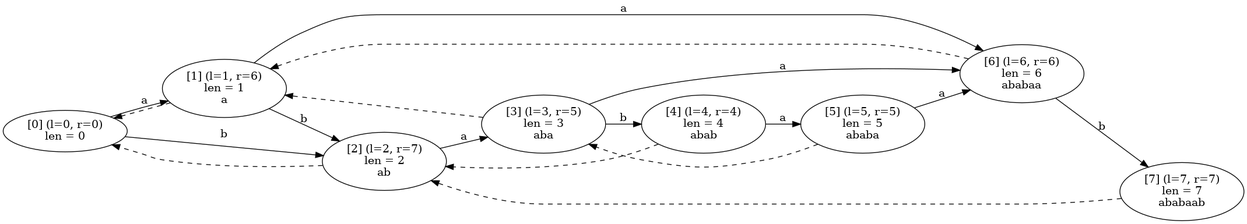
Earlier version of the Graphviz export sem_3/algorithms/2_contest/graph.png (Magorx/mipt). Its source is kept beside it as sem_3/algorithms/2_contest/graph.gv.
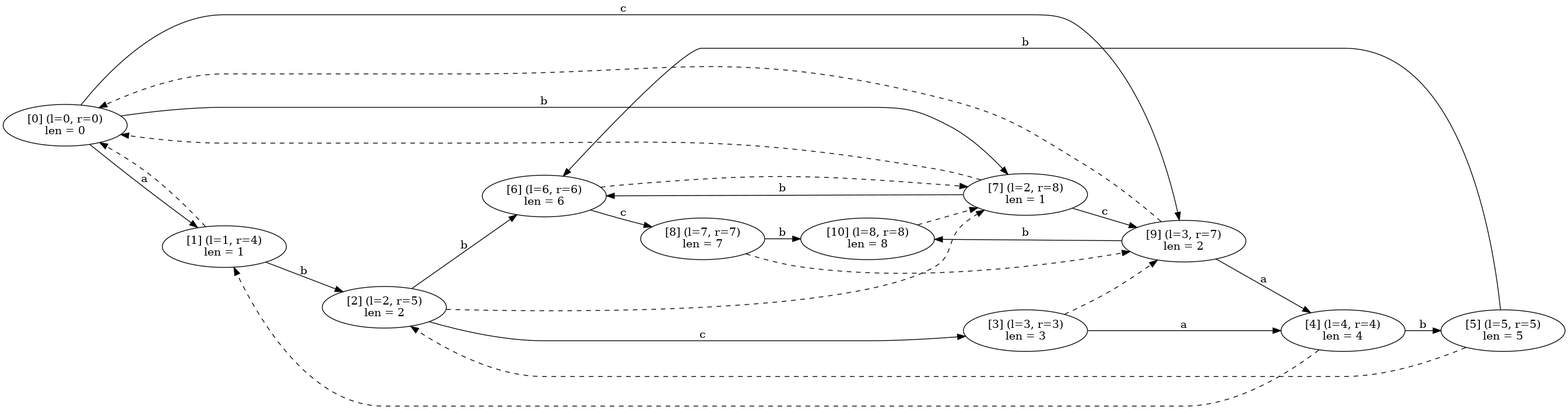
After the change.

The edit, as a diff of the source:
```diff
@@ -1,28 +1,39 @@
 digraph g {
 rankdir="LR";
-struct0x7f0961a65010[label="[0] (l=0, r=0)\nlen = 0\n"];
-struct0x7f0961a65010 -> struct0x7f0961a650e8 [label="a"];
-struct0x7f0961a650e8[label="[1] (l=1, r=6)\nlen = 1\na"];
-struct0x7f0961a650e8 -> struct0x7f0961a65520 [label="a"];
-struct0x7f0961a65520[label="[6] (l=6, r=6)\nlen = 6\nababaa"];
-struct0x7f0961a65520 -> struct0x7f0961a655f8 [label="b"];
-struct0x7f0961a655f8[label="[7] (l=7, r=7)\nlen = 7\nababaab"];
-struct0x7f0961a655f8 -> struct0x7f0961a651c0 [style="dashed"];
-struct0x7f0961a65520 -> struct0x7f0961a650e8 [style="dashed"];
-struct0x7f0961a650e8 -> struct0x7f0961a651c0 [label="b"];
-struct0x7f0961a651c0[label="[2] (l=2, r=7)\nlen = 2\nab"];
-struct0x7f0961a651c0 -> struct0x7f0961a65298 [label="a"];
-struct0x7f0961a65298[label="[3] (l=3, r=5)\nlen = 3\naba"];
-struct0x7f0961a65298 -> struct0x7f0961a65520 [label="a"];
-struct0x7f0961a65298 -> struct0x7f0961a65370 [label="b"];
-struct0x7f0961a65370[label="[4] (l=4, r=4)\nlen = 4\nabab"];
-struct0x7f0961a65370 -> struct0x7f0961a65448 [label="a"];
-struct0x7f0961a65448[label="[5] (l=5, r=5)\nlen = 5\nababa"];
-struct0x7f0961a65448 -> struct0x7f0961a65520 [label="a"];
-struct0x7f0961a65448 -> struct0x7f0961a65298 [style="dashed"];
-struct0x7f0961a65370 -> struct0x7f0961a651c0 [style="dashed"];
-struct0x7f0961a65298 -> struct0x7f0961a650e8 [style="dashed"];
-struct0x7f0961a651c0 -> struct0x7f0961a65010 [style="dashed"];
-struct0x7f0961a650e8 -> struct0x7f0961a65010 [style="dashed"];
-struct0x7f0961a65010 -> struct0x7f0961a651c0 [label="b"];
+struct0x7f8171cbd010[label="[0] (l=0, r=0)\nlen = 0"];
+struct0x7f8171cbd010 -> struct0x7f8171cbd0b8 [label="a"];
+struct0x7f8171cbd0b8[label="[1] (l=1, r=4)\nlen = 1"];
+struct0x7f8171cbd0b8 -> struct0x7f8171cbd160 [label="b"];
+struct0x7f8171cbd160[label="[2] (l=2, r=5)\nlen = 2"];
+struct0x7f8171cbd160 -> struct0x7f8171cbd400 [label="b"];
+struct0x7f8171cbd400[label="[6] (l=6, r=6)\nlen = 6"];
+struct0x7f8171cbd400 -> struct0x7f8171cbd550 [label="c"];
+struct0x7f8171cbd550[label="[8] (l=7, r=7)\nlen = 7"];
+struct0x7f8171cbd550 -> struct0x7f8171cbd6a0 [label="b"];
+struct0x7f8171cbd6a0[label="[10] (l=8, r=8)\nlen = 8"];
+struct0x7f8171cbd6a0 -> struct0x7f8171cbd4a8 [style="dashed"];
+struct0x7f8171cbd550 -> struct0x7f8171cbd5f8 [style="dashed"];
+struct0x7f8171cbd400 -> struct0x7f8171cbd4a8 [style="dashed"];
+struct0x7f8171cbd160 -> struct0x7f8171cbd208 [label="c"];
+struct0x7f8171cbd208[label="[3] (l=3, r=3)\nlen = 3"];
+struct0x7f8171cbd208 -> struct0x7f8171cbd2b0 [label="a"];
+struct0x7f8171cbd2b0[label="[4] (l=4, r=4)\nlen = 4"];
+struct0x7f8171cbd2b0 -> struct0x7f8171cbd358 [label="b"];
+struct0x7f8171cbd358[label="[5] (l=5, r=5)\nlen = 5"];
+struct0x7f8171cbd358 -> struct0x7f8171cbd400 [label="b"];
+struct0x7f8171cbd358 -> struct0x7f8171cbd160 [style="dashed"];
+struct0x7f8171cbd2b0 -> struct0x7f8171cbd0b8 [style="dashed"];
+struct0x7f8171cbd208 -> struct0x7f8171cbd5f8 [style="dashed"];
+struct0x7f8171cbd160 -> struct0x7f8171cbd4a8 [style="dashed"];
+struct0x7f8171cbd0b8 -> struct0x7f8171cbd010 [style="dashed"];
+struct0x7f8171cbd010 -> struct0x7f8171cbd4a8 [label="b"];
+struct0x7f8171cbd4a8[label="[7] (l=2, r=8)\nlen = 1"];
+struct0x7f8171cbd4a8 -> struct0x7f8171cbd400 [label="b"];
+struct0x7f8171cbd4a8 -> struct0x7f8171cbd5f8 [label="c"];
+struct0x7f8171cbd5f8[label="[9] (l=3, r=7)\nlen = 2"];
+struct0x7f8171cbd5f8 -> struct0x7f8171cbd2b0 [label="a"];
+struct0x7f8171cbd5f8 -> struct0x7f8171cbd6a0 [label="b"];
+struct0x7f8171cbd5f8 -> struct0x7f8171cbd010 [style="dashed"];
+struct0x7f8171cbd4a8 -> struct0x7f8171cbd010 [style="dashed"];
+struct0x7f8171cbd010 -> struct0x7f8171cbd5f8 [label="c"];
 }
```
